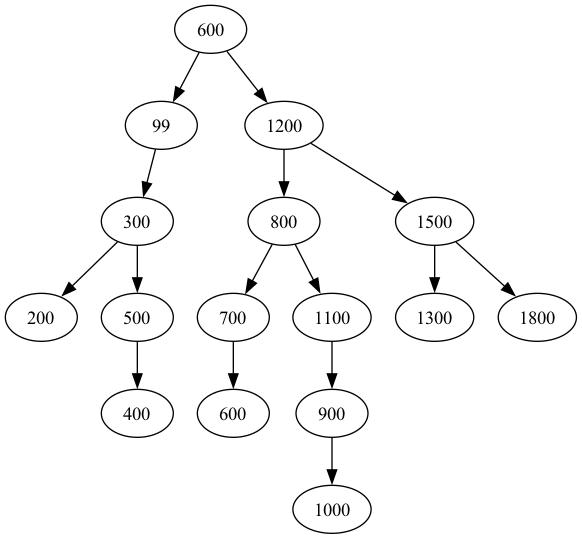
Above: grafica_arbol.png in Edwinhndz/201807124_EDD_Proyecto (Graphviz), before the change. Its source is kept beside it as grafica_arbol.dot.
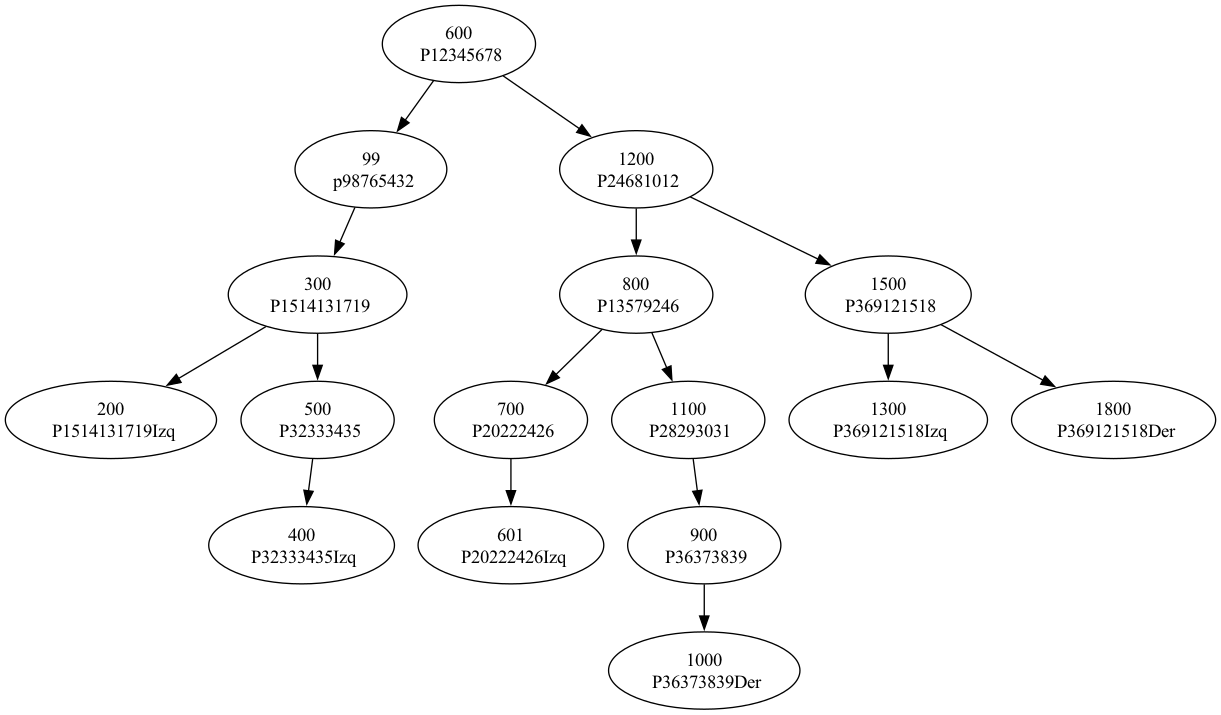
Later version of the same file.

Change to the diagram source:
```diff
@@ -1,47 +1,77 @@
 digraph G {
-P12345678[label ="600"];
+P12345678[label ="600
+ P12345678"];
 P12345678->p98765432;
-p98765432[label ="99"];
-p98765432[label ="99"];
+p98765432[label ="99
+ P12345678Izq"];
+p98765432[label ="99
+ p98765432"];
 p98765432->P1514131719;
-P1514131719[label ="300"];
-P1514131719[label ="300"];
+P1514131719[label ="300
+ p98765432Der"];
+P1514131719[label ="300
+ P1514131719"];
 P1514131719->P44454647;
-P44454647[label ="200"];
-P1514131719[label ="300"];
+P44454647[label ="200
+ P1514131719Izq"];
+P1514131719[label ="300
+ P1514131719"];
 P1514131719->P32333435;
-P32333435[label ="500"];
-P32333435[label ="500"];
+P32333435[label ="500
+ P1514131719Der"];
+P32333435[label ="500
+ P32333435"];
 P32333435->P60616263;
-P60616263[label ="400"];
-P12345678[label ="600"];
+P60616263[label ="400
+ P32333435Izq"];
+P12345678[label ="600
+ P12345678"];
 P12345678->P24681012;
-P24681012[label ="1200"];
-P24681012[label ="1200"];
+P24681012[label ="1200
+ P12345678Der"];
+P24681012[label ="1200
+ P24681012"];
 P24681012->P13579246;
-P13579246[label ="800"];
-P13579246[label ="800"];
+P13579246[label ="800
+ P24681012Izq"];
+P13579246[label ="800
+ P13579246"];
 P13579246->P20222426;
-P20222426[label ="700"];
-P20222426[label ="700"];
+P20222426[label ="700
+ P13579246Izq"];
+P20222426[label ="700
+ P20222426"];
 P20222426->P52535455;
-P52535455[label ="600"];
-P13579246[label ="800"];
+P52535455[label ="601
+ P20222426Izq"];
+P13579246[label ="800
+ P13579246"];
 P13579246->P28293031;
-P28293031[label ="1100"];
-P28293031[label ="1100"];
+P28293031[label ="1100
+ P13579246Der"];
+P28293031[label ="1100
+ P28293031"];
 P28293031->P36373839;
-P36373839[label ="900"];
-P36373839[label ="900"];
+P36373839[label ="900
+ P28293031Izq"];
+P36373839[label ="900
+ P36373839"];
 P36373839->P56575859;
-P56575859[label ="1000"];
-P24681012[label ="1200"];
+P56575859[label ="1000
+ P36373839Der"];
+P24681012[label ="1200
+ P24681012"];
 P24681012->P369121518;
-P369121518[label ="1500"];
-P369121518[label ="1500"];
+P369121518[label ="1500
+ P24681012Der"];
+P369121518[label ="1500
+ P369121518"];
 P369121518->P40414243;
-P40414243[label ="1300"];
-P369121518[label ="1500"];
+P40414243[label ="1300
+ P369121518Izq"];
+P369121518[label ="1500
+ P369121518"];
 P369121518->P48495051;
-P48495051[label ="1800"];
+P48495051[label ="1800
+ P369121518Der"];
  }
```
